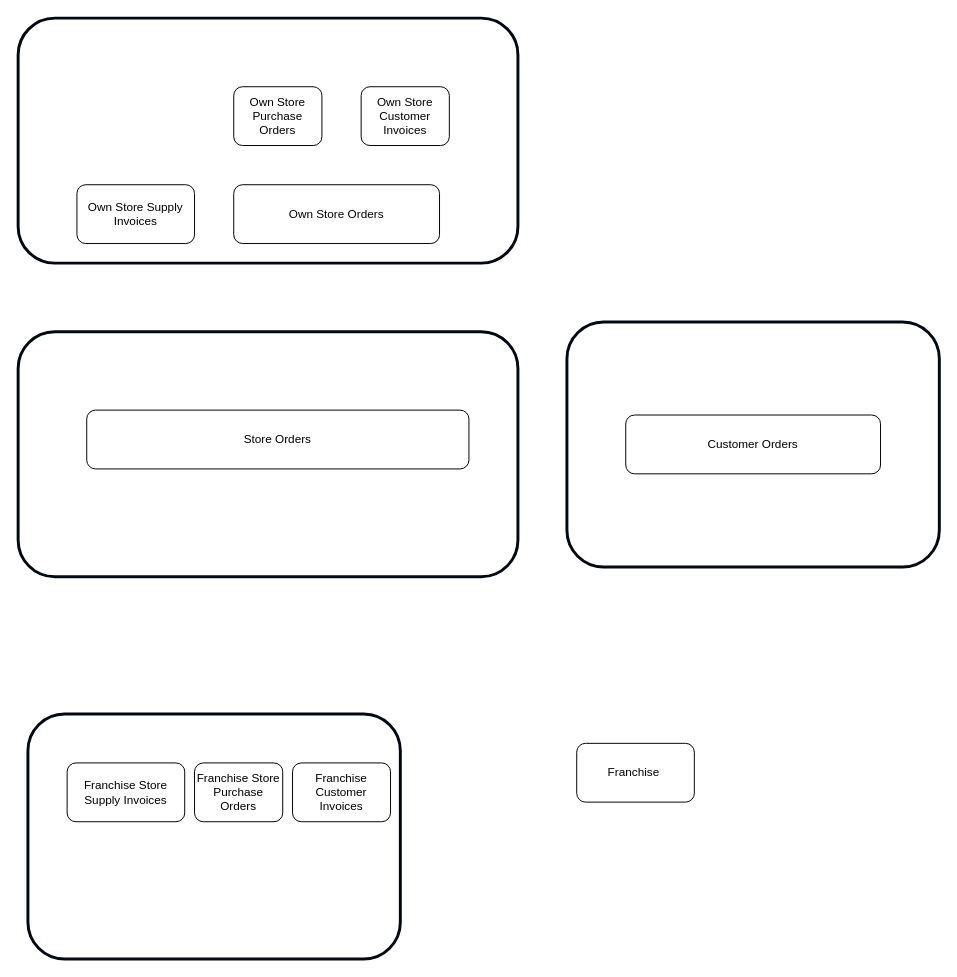
mrf742002/Diagrams keeps this draw.io diagram as page "Nobia Supply" (1 of 4) of Franchise.drawio. Above is the earlier version. Source tidied: cells renumbered, new cells numbered last; positions are measured from the earlier drawing's top-left corner, leaving out a move shared by most shapes. Both pictures are drawn from the tidied source at 98%, with x=0, y=0 at pixel (18, 18).
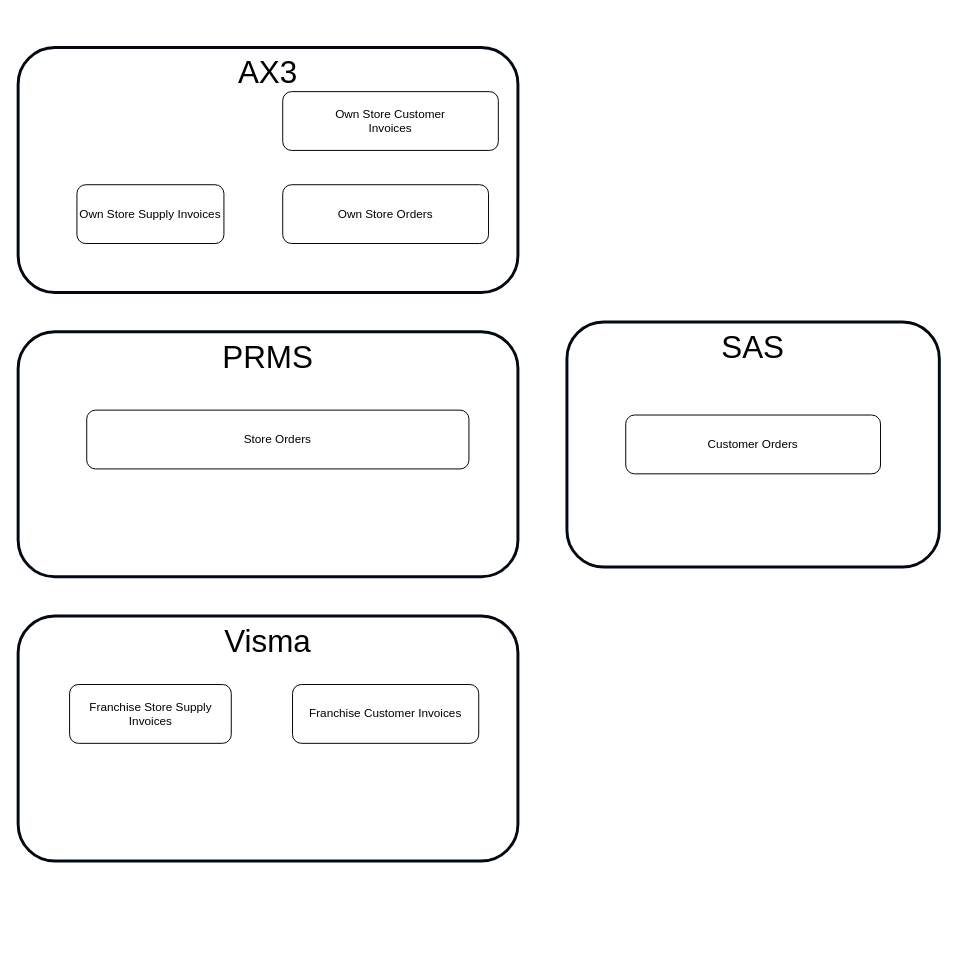
The same page after the edit.

Change to the diagram source:
```diff
@@
 <mxGraphModel>
   <root>
     <mxCell id="0" />
     <mxCell id="1" parent="0" />
+    <mxCell id="16" value="Visma" style="rounded=1;whiteSpace=wrap;html=1;verticalAlign=top;strokeWidth=3;strokeColor=#020912;fontSize=32;" parent="1" vertex="1">
+      <mxGeometry y="610" width="510" height="250" as="geometry" />
+    </mxCell>
-    <mxCell id="2" style="rounded=1;whiteSpace=wrap;html=1;verticalAlign=top;strokeWidth=3;strokeColor=#020912;" parent="1" vertex="1">
-      <mxGeometry width="510" height="250" as="geometry" />
+    <mxCell id="2" value="&lt;font style=&quot;font-size: 32px&quot;&gt;AX3&lt;/font&gt;" style="rounded=1;whiteSpace=wrap;html=1;verticalAlign=top;strokeWidth=3;strokeColor=#020912;" parent="1" vertex="1">
+      <mxGeometry y="30" width="510" height="250" as="geometry" />
     </mxCell>
-    <mxCell id="3" style="rounded=1;whiteSpace=wrap;html=1;verticalAlign=top;strokeWidth=3;strokeColor=#020912;" parent="1" vertex="1">
+    <mxCell id="3" value="PRMS" style="rounded=1;whiteSpace=wrap;html=1;verticalAlign=top;strokeWidth=3;strokeColor=#020912;fontSize=32;" parent="1" vertex="1">
       <mxGeometry y="320" width="510" height="250" as="geometry" />
     </mxCell>
-    <mxCell id="4" style="rounded=1;whiteSpace=wrap;html=1;verticalAlign=top;strokeWidth=3;strokeColor=#020912;" parent="1" vertex="1">
+    <mxCell id="4" value="SAS" style="rounded=1;whiteSpace=wrap;html=1;verticalAlign=top;strokeWidth=3;strokeColor=#020912;fontSize=32;" parent="1" vertex="1">
       <mxGeometry x="560" y="310" width="380" height="250" as="geometry" />
     </mxCell>
-    <mxCell id="5" style="rounded=1;whiteSpace=wrap;html=1;verticalAlign=top;strokeWidth=3;strokeColor=#020912;" parent="1" vertex="1">
-      <mxGeometry x="10" y="710" width="380" height="250" as="geometry" />
-    </mxCell>
     <mxCell id="6" value="Own Store Supply Invoices" style="rounded=1;whiteSpace=wrap;html=1;" parent="1" vertex="1">
-      <mxGeometry x="60" y="170" width="120" height="60" as="geometry" />
+      <mxGeometry x="60" y="170" width="150" height="60" as="geometry" />
     </mxCell>
     <mxCell id="7" value="Franchise Store Supply Invoices" style="rounded=1;whiteSpace=wrap;html=1;" parent="1" vertex="1">
-      <mxGeometry x="50" y="760" width="120" height="60" as="geometry" />
+      <mxGeometry x="52.5" y="680" width="165" height="60" as="geometry" />
     </mxCell>
     <mxCell id="8" value="Store Orders" style="rounded=1;whiteSpace=wrap;html=1;" parent="1" vertex="1">
       <mxGeometry x="70" y="400" width="390" height="60" as="geometry" />
     </mxCell>
     <mxCell id="9" value="Customer Orders" style="rounded=1;whiteSpace=wrap;html=1;" parent="1" vertex="1">
       <mxGeometry x="620" y="405" width="260" height="60" as="geometry" />
     </mxCell>
     <mxCell id="10" value="Own Store Orders" style="rounded=1;whiteSpace=wrap;html=1;" parent="1" vertex="1">
-      <mxGeometry x="220" y="170" width="210" height="60" as="geometry" />
+      <mxGeometry x="270" y="170" width="210" height="60" as="geometry" />
     </mxCell>
     <mxCell id="11" value="Own Store Customer&lt;br&gt;Invoices" style="rounded=1;whiteSpace=wrap;html=1;" parent="1" vertex="1">
-      <mxGeometry x="350" y="70" width="90" height="60" as="geometry" />
+      <mxGeometry x="270" y="75" width="220" height="60" as="geometry" />
     </mxCell>
     <mxCell id="12" value="Franchise Customer Invoices" style="rounded=1;whiteSpace=wrap;html=1;" parent="1" vertex="1">
-      <mxGeometry x="280" y="760" width="100" height="60" as="geometry" />
+      <mxGeometry x="280" y="680" width="190" height="60" as="geometry" />
     </mxCell>
-    <mxCell id="13" value="Franchise&amp;nbsp;" style="rounded=1;whiteSpace=wrap;html=1;" parent="1" vertex="1">
-      <mxGeometry x="570" y="740" width="120" height="60" as="geometry" />
-    </mxCell>
-    <mxCell id="14" value="Own Store Purchase Orders" style="rounded=1;whiteSpace=wrap;html=1;" parent="1" vertex="1">
-      <mxGeometry x="220" y="70" width="90" height="60" as="geometry" />
-    </mxCell>
-    <mxCell id="15" value="Franchise Store Purchase Orders" style="rounded=1;whiteSpace=wrap;html=1;" parent="1" vertex="1">
-      <mxGeometry x="180" y="760" width="90" height="60" as="geometry" />
-    </mxCell>
   </root>
 </mxGraphModel>
```
